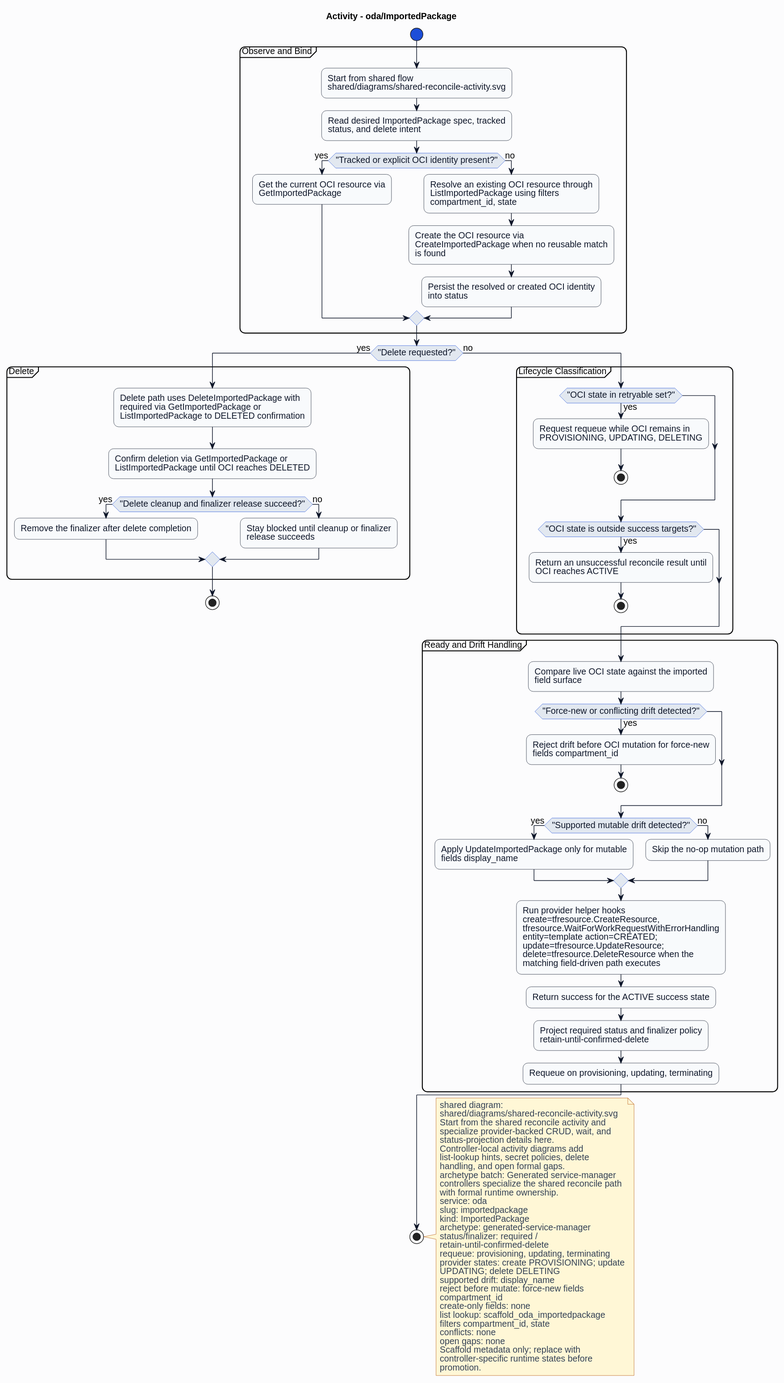
The PlantUML diagram formal/controllers/oda/importedpackage/diagrams/activity.svg in HaoyL666/oci-service-operator, before a commit. Its diagram source:
```plantuml
@startuml
skinparam shadowing false
skinparam backgroundColor #fcfcfd
skinparam defaultFontName Helvetica
skinparam defaultFontSize 14
skinparam arrowColor #0f172a
skinparam noteBackgroundColor #fff7d6
skinparam noteBorderColor #b45309
skinparam noteFontColor #334155
skinparam roundcorner 16
title Activity - oda/ImportedPackage
skinparam activity {
  backgroundColor #f8fafc
  borderColor #0f172a
  fontColor #0f172a
  diamondBackgroundColor #e2e8f0
  diamondBorderColor #1d4ed8
  diamondFontColor #0f172a
  startColor #1d4ed8
  endColor #0f172a
  barColor #1d4ed8
}
start
partition "Observe and Bind" {
:Start from shared flow\nshared/diagrams/shared-reconcile-activity.svg;
:Read desired ImportedPackage spec, tracked\nstatus, and delete intent;
if ("Tracked or explicit OCI identity present?") then (yes)
:Get the current OCI resource via\nGetImportedPackage;
else (no)
:Resolve an existing OCI resource through\nListImportedPackage using filters\ncompartment_id, state;
:Create the OCI resource via\nCreateImportedPackage when no reusable match\nis found;
:Persist the resolved or created OCI identity\ninto status;
endif
}
if ("Delete requested?") then (yes)
partition "Delete" {
:Delete path uses DeleteImportedPackage with\nrequired via GetImportedPackage or\nListImportedPackage to DELETED confirmation;
:Confirm deletion via GetImportedPackage or\nListImportedPackage until OCI reaches DELETED;
if ("Delete cleanup and finalizer release succeed?") then (yes)
:Remove the finalizer after delete completion;
else (no)
:Stay blocked until cleanup or finalizer\nrelease succeeds;
endif
}
stop
else (no)
partition "Lifecycle Classification" {
if ("OCI state in retryable set?") then (yes)
:Request requeue while OCI remains in\nPROVISIONING, UPDATING, DELETING;
stop
endif
if ("OCI state is outside success targets?") then (yes)
:Return an unsuccessful reconcile result until\nOCI reaches ACTIVE;
stop
endif
}
partition "Ready and Drift Handling" {
:Compare live OCI state against the imported\nfield surface;
if ("Force-new or conflicting drift detected?") then (yes)
:Reject drift before OCI mutation for force-new\nfields compartment_id;
stop
endif
if ("Supported mutable drift detected?") then (yes)
:Apply UpdateImportedPackage only for mutable\nfields display_name;
else (no)
:Skip the no-op mutation path;
endif
:Run provider helper hooks\ncreate=tfresource.CreateResource,\ntfresource.WaitForWorkRequestWithErrorHandling\nentity=template action=CREATED;\nupdate=tfresource.UpdateResource;\ndelete=tfresource.DeleteResource when the\nmatching field-driven path executes;
:Return success for the ACTIVE success state;
:Project required status and finalizer policy\nretain-until-confirmed-delete;
:Requeue on provisioning, updating, terminating;
}
endif
stop
note right
shared diagram:
shared/diagrams/shared-reconcile-activity.svg
Start from the shared reconcile activity and
specialize provider-backed CRUD, wait, and
status-projection details here.
Controller-local activity diagrams add
list-lookup hints, secret policies, delete
handling, and open formal gaps.
archetype batch: Generated service-manager
controllers specialize the shared reconcile path
with formal runtime ownership.
service: oda
slug: importedpackage
kind: ImportedPackage
archetype: generated-service-manager
status/finalizer: required /
retain-until-confirmed-delete
requeue: provisioning, updating, terminating
provider states: create PROVISIONING; update
UPDATING; delete DELETING
supported drift: display_name
reject before mutate: force-new fields
compartment_id
create-only fields: none
list lookup: scaffold_oda_importedpackage
filters compartment_id, state
conflicts: none
open gaps: none
Scaffold metadata only; replace with
controller-specific runtime states before
promotion.
end note
@enduml
```
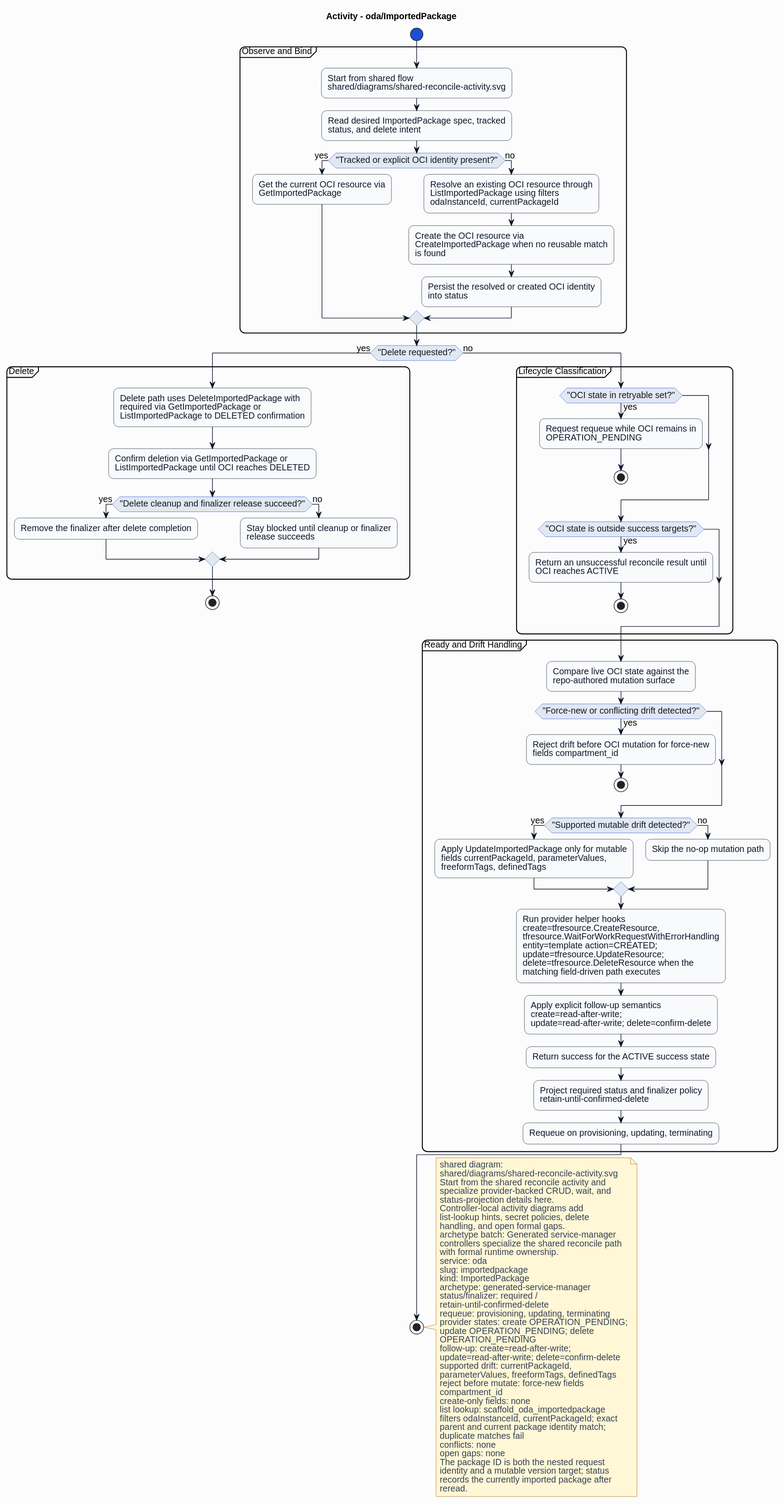
After the commit.

Diff of the diagram source:
```diff
@@ -27,7 +27,7 @@
 if ("Tracked or explicit OCI identity present?") then (yes)
 :Get the current OCI resource via\nGetImportedPackage;
 else (no)
-:Resolve an existing OCI resource through\nListImportedPackage using filters\ncompartment_id, state;
+:Resolve an existing OCI resource through\nListImportedPackage using filters\nodaInstanceId, currentPackageId;
 :Create the OCI resource via\nCreateImportedPackage when no reusable match\nis found;
 :Persist the resolved or created OCI identity\ninto status;
 endif
@@ -46,7 +46,7 @@
 else (no)
 partition "Lifecycle Classification" {
 if ("OCI state in retryable set?") then (yes)
-:Request requeue while OCI remains in\nPROVISIONING, UPDATING, DELETING;
+:Request requeue while OCI remains in\nOPERATION_PENDING;
 stop
 endif
 if ("OCI state is outside success targets?") then (yes)
@@ -55,17 +55,18 @@
 endif
 }
 partition "Ready and Drift Handling" {
-:Compare live OCI state against the imported\nfield surface;
+:Compare live OCI state against the\nrepo-authored mutation surface;
 if ("Force-new or conflicting drift detected?") then (yes)
 :Reject drift before OCI mutation for force-new\nfields compartment_id;
 stop
 endif
 if ("Supported mutable drift detected?") then (yes)
-:Apply UpdateImportedPackage only for mutable\nfields display_name;
+:Apply UpdateImportedPackage only for mutable\nfields currentPackageId, parameterValues,\nfreeformTags, definedTags;
 else (no)
 :Skip the no-op mutation path;
 endif
 :Run provider helper hooks\ncreate=tfresource.CreateResource,\ntfresource.WaitForWorkRequestWithErrorHandling\nentity=template action=CREATED;\nupdate=tfresource.UpdateResource;\ndelete=tfresource.DeleteResource when the\nmatching field-driven path executes;
+:Apply explicit follow-up semantics\ncreate=read-after-write;\nupdate=read-after-write; delete=confirm-delete;
 :Return success for the ACTIVE success state;
 :Project required status and finalizer policy\nretain-until-confirmed-delete;
 :Requeue on provisioning, updating, terminating;
@@ -91,18 +92,25 @@
 status/finalizer: required /
 retain-until-confirmed-delete
 requeue: provisioning, updating, terminating
-provider states: create PROVISIONING; update
-UPDATING; delete DELETING
-supported drift: display_name
+provider states: create OPERATION_PENDING;
+update OPERATION_PENDING; delete
+OPERATION_PENDING
+follow-up: create=read-after-write;
+update=read-after-write; delete=confirm-delete
+supported drift: currentPackageId,
+parameterValues, freeformTags, definedTags
 reject before mutate: force-new fields
 compartment_id
 create-only fields: none
 list lookup: scaffold_oda_importedpackage
-filters compartment_id, state
+filters odaInstanceId, currentPackageId; exact
+parent and current package identity match;
+duplicate matches fail
 conflicts: none
 open gaps: none
-Scaffold metadata only; replace with
-controller-specific runtime states before
-promotion.
+The package ID is both the nested request
+identity and a mutable version target; status
+records the currently imported package after
+reread.
 end note
 @enduml
```
